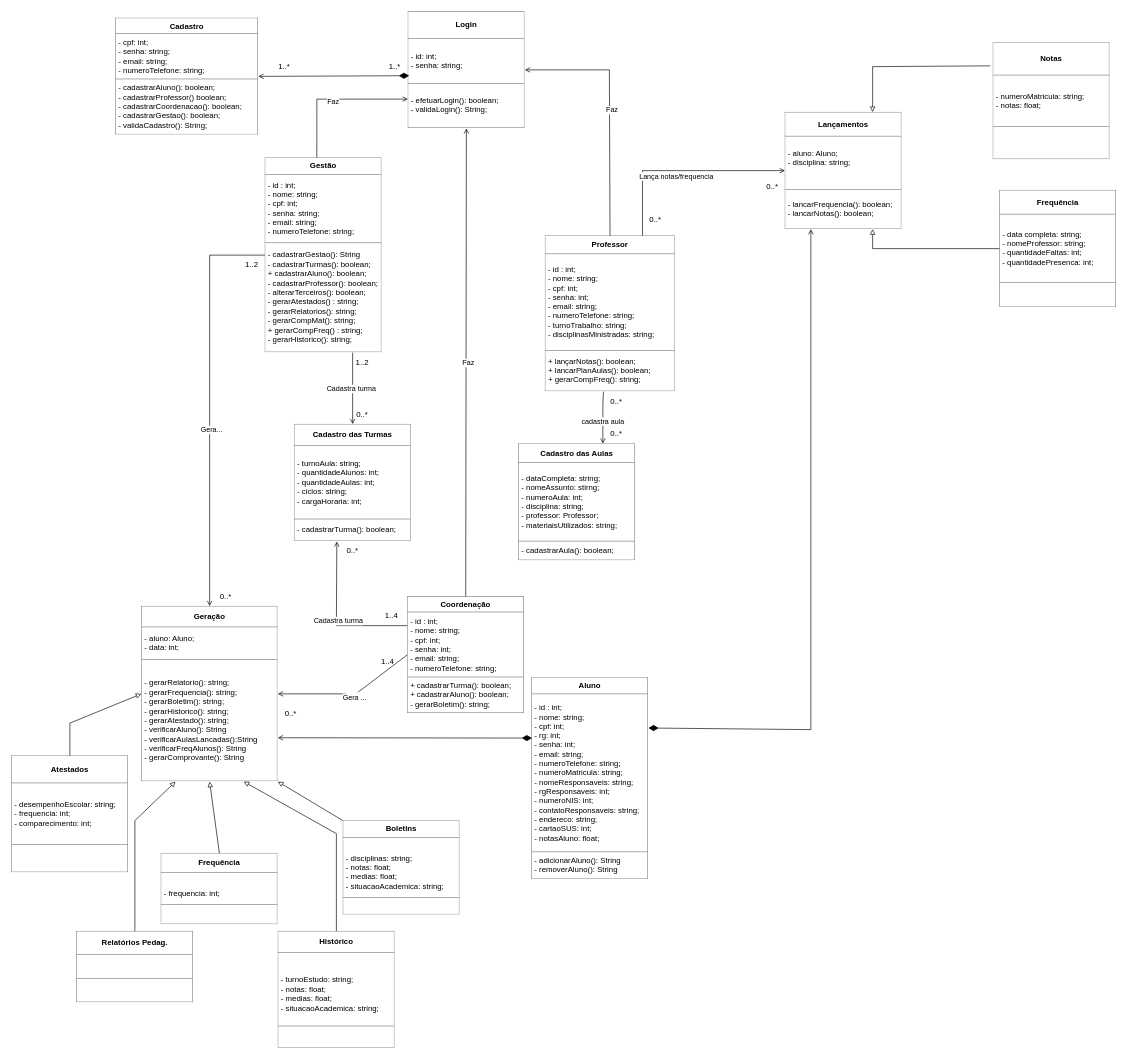
Earlier version of the draw.io diagram DIAGRAMA DE CLASSE.drawio (LizReis/An-lise-de-Sistemas). Source tidied: cells renumbered, new cells numbered last; positions are measured from the earlier drawing's top-left corner, leaving out a move shared by most shapes. Both pictures are drawn from the tidied source at 65%, with x=0, y=0 at pixel (11, 11).
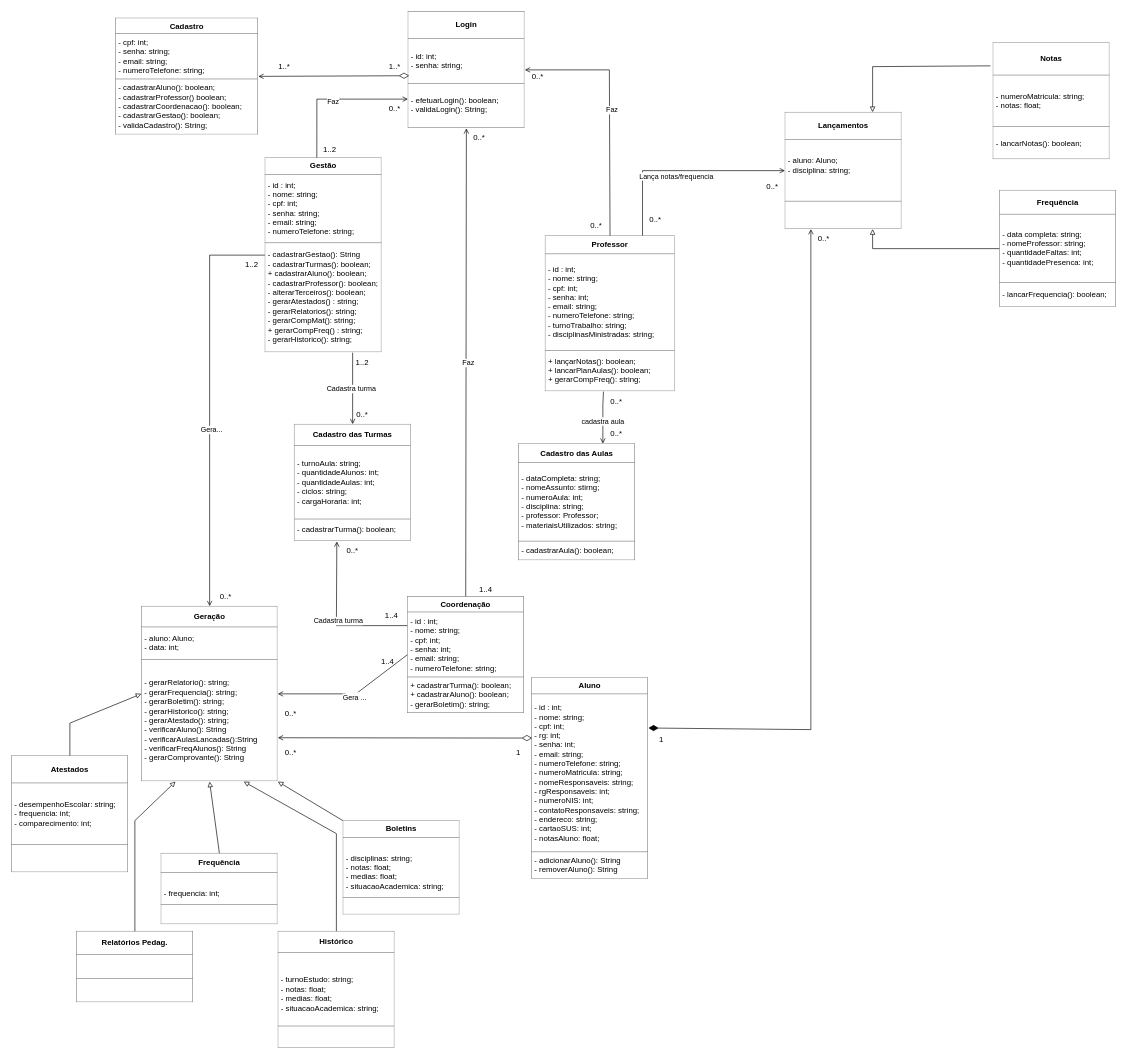
The same diagram, later.

Unchanged cells that the change refers to:
```xml
<mxCell id="5" value="&lt;table border=&quot;1&quot; width=&quot;100%&quot; height=&quot;100%&quot; cellpadding=&quot;4&quot; style=&quot;width:100%;height:100%;border-collapse:collapse;&quot;&gt;&lt;tbody&gt;&lt;tr&gt;&lt;th align=&quot;center&quot;&gt;&lt;b&gt;Login&lt;/b&gt;&lt;/th&gt;&lt;/tr&gt;&lt;tr&gt;&lt;td&gt;- id: int;&lt;br&gt;- senha: string;&lt;/td&gt;&lt;/tr&gt;&lt;tr&gt;&lt;td&gt;- efetuarLogin(): boolean;&lt;br&gt;- validaLogin(): String;&lt;br&gt;&lt;/td&gt;&lt;/tr&gt;&lt;/tbody&gt;&lt;/table&gt;" style="text;html=1;whiteSpace=wrap;strokeColor=none;fillColor=none;overflow=fill;" parent="1" vertex="1">
  <mxGeometry x="610" width="180" height="180" as="geometry" />
</mxCell>
<mxCell id="6" value="&lt;table border=&quot;1&quot; width=&quot;100%&quot; height=&quot;100%&quot; cellpadding=&quot;4&quot; style=&quot;width:100%;height:100%;border-collapse:collapse;&quot;&gt;&lt;tbody&gt;&lt;tr&gt;&lt;th align=&quot;center&quot;&gt;&lt;b&gt;Aluno&lt;/b&gt;&lt;/th&gt;&lt;/tr&gt;&lt;tr&gt;&lt;td&gt;&lt;span style=&quot;&quot;&gt;- id : int;&lt;/span&gt;&lt;br style=&quot;&quot;&gt;&lt;span style=&quot;&quot;&gt;- nome: string;&lt;/span&gt;&lt;br style=&quot;&quot;&gt;&lt;span style=&quot;&quot;&gt;- cpf: int;&lt;br&gt;- rg: int;&lt;br&gt;&lt;/span&gt;&lt;span style=&quot;&quot;&gt;- senha: int;&lt;/span&gt;&lt;br style=&quot;&quot;&gt;&lt;span style=&quot;&quot;&gt;- email: string;&lt;/span&gt;&lt;br style=&quot;&quot;&gt;&lt;span style=&quot;&quot;&gt;- numeroTelefone: string;&lt;br&gt;&lt;/span&gt;&lt;span style=&quot;&quot;&gt;- numeroMatricula: string;&lt;br&gt;- nomeResponsaveis: string;&lt;br&gt;- rgResponsaveis: int;&lt;br&gt;- numeroNIS: int;&lt;br&gt;- contatoResponsaveis: string;&lt;br&gt;- endereco: string;&lt;br&gt;- cartaoSUS: int;&lt;br&gt;- notasAluno: float;&lt;/span&gt;&lt;/td&gt;&lt;/tr&gt;&lt;tr&gt;&lt;td&gt;- adicionarAluno(): String&lt;br&gt;- removerAluno(): String&lt;br&gt;&lt;/td&gt;&lt;/tr&gt;&lt;/tbody&gt;&lt;/table&gt;" style="text;html=1;whiteSpace=wrap;strokeColor=none;fillColor=none;overflow=fill;" parent="1" vertex="1">
  <mxGeometry x="800" y="1025" width="180" height="310" as="geometry" />
</mxCell>
<mxCell id="11" value="&lt;table border=&quot;1&quot; width=&quot;100%&quot; height=&quot;100%&quot; cellpadding=&quot;4&quot; style=&quot;width:100%;height:100%;border-collapse:collapse;&quot;&gt;&lt;tbody&gt;&lt;tr&gt;&lt;th align=&quot;center&quot;&gt;Cadastro&lt;/th&gt;&lt;/tr&gt;&lt;tr&gt;&lt;td&gt;- cpf: int;&lt;br&gt;- senha: string;&lt;br&gt;- email: string;&lt;br&gt;- numeroTelefone: string;&lt;/td&gt;&lt;/tr&gt;&lt;tr&gt;&lt;td&gt;- cadastrarAluno(): boolean;&lt;br&gt;- cadastrarProfessor() boolean;&lt;br&gt;- cadastrarCoordenacao(): boolean;&lt;br&gt;- cadastrarGestao(): boolean;&lt;br&gt;- validaCadastro(): String;&lt;/td&gt;&lt;/tr&gt;&lt;/tbody&gt;&lt;/table&gt;" style="text;html=1;whiteSpace=wrap;strokeColor=none;fillColor=none;overflow=fill;" parent="1" vertex="1">
  <mxGeometry x="160" y="10" width="220" height="180" as="geometry" />
</mxCell>
<mxCell id="19" value="&lt;table border=&quot;1&quot; width=&quot;100%&quot; height=&quot;100%&quot; cellpadding=&quot;4&quot; style=&quot;width:100%;height:100%;border-collapse:collapse;&quot;&gt;&lt;tbody&gt;&lt;tr&gt;&lt;th align=&quot;center&quot;&gt;&lt;b&gt;Geração&lt;/b&gt;&lt;/th&gt;&lt;/tr&gt;&lt;tr&gt;&lt;td&gt;- aluno: Aluno;&lt;br&gt;- data: int;&lt;/td&gt;&lt;/tr&gt;&lt;tr&gt;&lt;td&gt;- gerarRelatorio(): string;&lt;br&gt;- gerarFrequencia(): string;&lt;br&gt;- gerarBoletim(): string;&lt;br&gt;- gerarHistorico(): string;&lt;br&gt;- gerarAtestado(): string;&lt;br&gt;- verificarAluno(): String&lt;br&gt;- verificarAulasLancadas():String&lt;br&gt;- verificarFreqAlunos(): String&lt;br&gt;- gerarComprovante(): String&lt;/td&gt;&lt;/tr&gt;&lt;/tbody&gt;&lt;/table&gt;" style="text;html=1;whiteSpace=wrap;strokeColor=none;fillColor=none;overflow=fill;" parent="1" vertex="1">
  <mxGeometry x="200" y="915" width="210" height="270" as="geometry" />
</mxCell>
```

Change to the diagram source:
```diff
@@
-    <mxCell id="7" value="&lt;table border=&quot;1&quot; width=&quot;100%&quot; height=&quot;100%&quot; cellpadding=&quot;4&quot; style=&quot;width:100%;height:100%;border-collapse:collapse;&quot;&gt;&lt;tbody&gt;&lt;tr&gt;&lt;th align=&quot;center&quot;&gt;Notas&lt;/th&gt;&lt;/tr&gt;&lt;tr&gt;&lt;td&gt;- numeroMatricula: string;&lt;br&gt;- notas: float;&lt;/td&gt;&lt;/tr&gt;&lt;tr&gt;&lt;td&gt;&lt;br&gt;&lt;/td&gt;&lt;/tr&gt;&lt;/tbody&gt;&lt;/table&gt;" style="text;html=1;whiteSpace=wrap;strokeColor=none;fillColor=none;overflow=fill;" parent="1" vertex="1">
+    <mxCell id="7" value="&lt;table border=&quot;1&quot; width=&quot;100%&quot; height=&quot;100%&quot; cellpadding=&quot;4&quot; style=&quot;width:100%;height:100%;border-collapse:collapse;&quot;&gt;&lt;tbody&gt;&lt;tr&gt;&lt;th align=&quot;center&quot;&gt;Notas&lt;/th&gt;&lt;/tr&gt;&lt;tr&gt;&lt;td&gt;- numeroMatricula: string;&lt;br&gt;- notas: float;&lt;/td&gt;&lt;/tr&gt;&lt;tr&gt;&lt;td&gt;- lancarNotas(): boolean;&lt;/td&gt;&lt;/tr&gt;&lt;/tbody&gt;&lt;/table&gt;" style="text;html=1;whiteSpace=wrap;strokeColor=none;fillColor=none;overflow=fill;" parent="1" vertex="1">
       <mxGeometry x="1510" y="48" width="180" height="180" as="geometry" />
     </mxCell>
-    <mxCell id="8" value="&lt;table border=&quot;1&quot; width=&quot;100%&quot; height=&quot;100%&quot; cellpadding=&quot;4&quot; style=&quot;width:100%;height:100%;border-collapse:collapse;&quot;&gt;&lt;tbody&gt;&lt;tr&gt;&lt;th align=&quot;center&quot;&gt;&lt;b&gt;Frequência&lt;/b&gt;&lt;/th&gt;&lt;/tr&gt;&lt;tr&gt;&lt;td&gt;- data completa: string;&lt;br&gt;- nomeProfessor: string;&lt;br&gt;- quantidadeFaltas: int;&lt;br&gt;- quantidadePresenca: int;&lt;/td&gt;&lt;/tr&gt;&lt;tr&gt;&lt;td&gt;&lt;br&gt;&lt;/td&gt;&lt;/tr&gt;&lt;/tbody&gt;&lt;/table&gt;" style="text;html=1;whiteSpace=wrap;strokeColor=none;fillColor=none;overflow=fill;" parent="1" vertex="1">
+    <mxCell id="8" value="&lt;table border=&quot;1&quot; width=&quot;100%&quot; height=&quot;100%&quot; cellpadding=&quot;4&quot; style=&quot;width:100%;height:100%;border-collapse:collapse;&quot;&gt;&lt;tbody&gt;&lt;tr&gt;&lt;th align=&quot;center&quot;&gt;&lt;b&gt;Frequência&lt;/b&gt;&lt;/th&gt;&lt;/tr&gt;&lt;tr&gt;&lt;td&gt;- data completa: string;&lt;br&gt;- nomeProfessor: string;&lt;br&gt;- quantidadeFaltas: int;&lt;br&gt;- quantidadePresenca: int;&lt;/td&gt;&lt;/tr&gt;&lt;tr&gt;&lt;td&gt;- lancarFrequencia():&amp;nbsp;boolean;&lt;/td&gt;&lt;/tr&gt;&lt;/tbody&gt;&lt;/table&gt;" style="text;html=1;whiteSpace=wrap;strokeColor=none;fillColor=none;overflow=fill;" parent="1" vertex="1">
       <mxGeometry x="1520" y="275" width="180" height="180" as="geometry" />
     </mxCell>
@@
-    <mxCell id="10" value="&lt;table border=&quot;1&quot; width=&quot;100%&quot; height=&quot;100%&quot; cellpadding=&quot;4&quot; style=&quot;width:100%;height:100%;border-collapse:collapse;&quot;&gt;&lt;tbody&gt;&lt;tr&gt;&lt;th align=&quot;center&quot;&gt;&lt;b&gt;Lançamentos&lt;/b&gt;&lt;/th&gt;&lt;/tr&gt;&lt;tr&gt;&lt;td&gt;- aluno: Aluno;&lt;br&gt;- disciplina: string;&lt;br&gt;&lt;br&gt;&lt;/td&gt;&lt;/tr&gt;&lt;tr&gt;&lt;td&gt;&lt;span style=&quot;&quot;&gt;- lancarFrequencia():&amp;nbsp;&lt;/span&gt;boolean&lt;span style=&quot;&quot;&gt;;&lt;br&gt;&lt;/span&gt;- lancarNotas(): boolean;&lt;br&gt;&lt;/td&gt;&lt;/tr&gt;&lt;/tbody&gt;&lt;/table&gt;" style="text;html=1;whiteSpace=wrap;strokeColor=none;fillColor=none;overflow=fill;" parent="1" vertex="1">
+    <mxCell id="10" value="&lt;table border=&quot;1&quot; width=&quot;100%&quot; height=&quot;100%&quot; cellpadding=&quot;4&quot; style=&quot;width:100%;height:100%;border-collapse:collapse;&quot;&gt;&lt;tbody&gt;&lt;tr&gt;&lt;th align=&quot;center&quot;&gt;&lt;b&gt;Lançamentos&lt;/b&gt;&lt;/th&gt;&lt;/tr&gt;&lt;tr&gt;&lt;td&gt;- aluno: Aluno;&lt;br&gt;- disciplina: string;&lt;br&gt;&lt;br&gt;&lt;/td&gt;&lt;/tr&gt;&lt;tr&gt;&lt;td&gt;&lt;br&gt;&lt;/td&gt;&lt;/tr&gt;&lt;/tbody&gt;&lt;/table&gt;" style="text;html=1;whiteSpace=wrap;strokeColor=none;fillColor=none;overflow=fill;" parent="1" vertex="1">
       <mxGeometry x="1190" y="155" width="180" height="180" as="geometry" />
     </mxCell>
@@
-    <mxCell id="31" style="endArrow=open;html=1;rounded=0;entryX=1;entryY=0.75;entryDx=0;entryDy=0;startArrow=diamondThin;startFill=1;endFill=0;exitX=0.006;exitY=0.3;exitDx=0;exitDy=0;exitPerimeter=0;endSize=6;startSize=13;" parent="1" edge="1" source="6" target="19">
+    <mxCell id="31" style="endArrow=open;html=1;rounded=0;entryX=1;entryY=0.75;entryDx=0;entryDy=0;startArrow=diamondThin;startFill=0;endFill=0;exitX=0.006;exitY=0.3;exitDx=0;exitDy=0;exitPerimeter=0;endSize=6;startSize=13;" parent="1" edge="1" source="6" target="19">
       <mxGeometry relative="1" as="geometry" />
     </mxCell>
-    <mxCell id="32" style="endArrow=open;html=1;rounded=0;startArrow=diamondThin;startFill=1;endFill=0;exitX=0.011;exitY=0.55;exitDx=0;exitDy=0;startSize=13;entryX=1;entryY=0.5;entryDx=0;entryDy=0;exitPerimeter=0;" parent="1" edge="1" source="5" target="11">
+    <mxCell id="32" style="endArrow=open;html=1;rounded=0;startArrow=diamondThin;startFill=0;endFill=0;exitX=0.011;exitY=0.55;exitDx=0;exitDy=0;startSize=13;exitPerimeter=0;entryX=1;entryY=0.5;entryDx=0;entryDy=0;" parent="1" edge="1" source="5" target="11">
       <mxGeometry relative="1" as="geometry" />
     </mxCell>
@@
+    <mxCell id="62" value="1..2" style="text;html=1;align=center;verticalAlign=middle;whiteSpace=wrap;rounded=0;" parent="1" vertex="1">
+      <mxGeometry x="460" y="198" width="60" height="30" as="geometry" />
+    </mxCell>
+    <mxCell id="63" value="0..*" style="text;html=1;align=center;verticalAlign=middle;whiteSpace=wrap;rounded=0;" parent="1" vertex="1">
+      <mxGeometry x="560" y="135" width="60" height="30" as="geometry" />
+    </mxCell>
+    <mxCell id="64" value="1..4" style="text;html=1;align=center;verticalAlign=middle;whiteSpace=wrap;rounded=0;" parent="1" vertex="1">
+      <mxGeometry x="700" y="875" width="60" height="30" as="geometry" />
+    </mxCell>
+    <mxCell id="65" value="0..*" style="text;html=1;align=center;verticalAlign=middle;whiteSpace=wrap;rounded=0;" parent="1" vertex="1">
+      <mxGeometry x="690" y="180" width="60" height="30" as="geometry" />
+    </mxCell>
+    <mxCell id="66" value="0..*" style="text;html=1;align=center;verticalAlign=middle;whiteSpace=wrap;rounded=0;" parent="1" vertex="1">
+      <mxGeometry x="870" y="315" width="60" height="30" as="geometry" />
+    </mxCell>
+    <mxCell id="67" value="0..*" style="text;html=1;align=center;verticalAlign=middle;whiteSpace=wrap;rounded=0;" parent="1" vertex="1">
+      <mxGeometry x="780" y="85" width="60" height="30" as="geometry" />
+    </mxCell>
+    <mxCell id="68" value="1" style="text;html=1;align=center;verticalAlign=middle;whiteSpace=wrap;rounded=0;" parent="1" vertex="1">
+      <mxGeometry x="750" y="1125" width="60" height="30" as="geometry" />
+    </mxCell>
+    <mxCell id="69" value="0..*" style="text;html=1;align=center;verticalAlign=middle;whiteSpace=wrap;rounded=0;" parent="1" vertex="1">
+      <mxGeometry x="400" y="1125" width="60" height="30" as="geometry" />
+    </mxCell>
+    <mxCell id="70" value="1" style="text;html=1;align=center;verticalAlign=middle;whiteSpace=wrap;rounded=0;" parent="1" vertex="1">
+      <mxGeometry x="970" y="1105" width="60" height="30" as="geometry" />
+    </mxCell>
+    <mxCell id="71" value="0..*" style="text;html=1;align=center;verticalAlign=middle;whiteSpace=wrap;rounded=0;" parent="1" vertex="1">
+      <mxGeometry x="1220" y="335" width="60" height="30" as="geometry" />
+    </mxCell>
```
